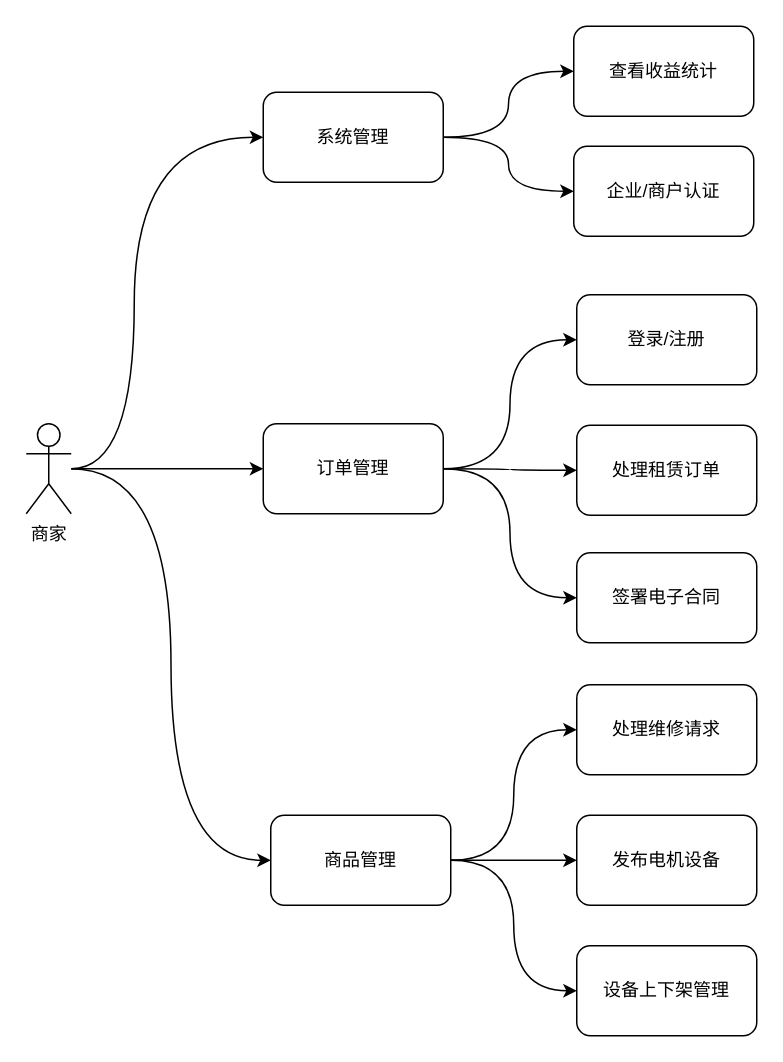
Before: page "商家用例图" (2 of 21) of image/绘图.drawio in fore4years/KorisPlatForm, a draw.io diagram. Source tidied: cells renumbered, new cells numbered last; positions are measured from the earlier drawing's top-left corner, leaving out a move shared by most shapes. Both pictures are drawn from the tidied source at 150%, with x=0, y=0 at pixel (26, 26).
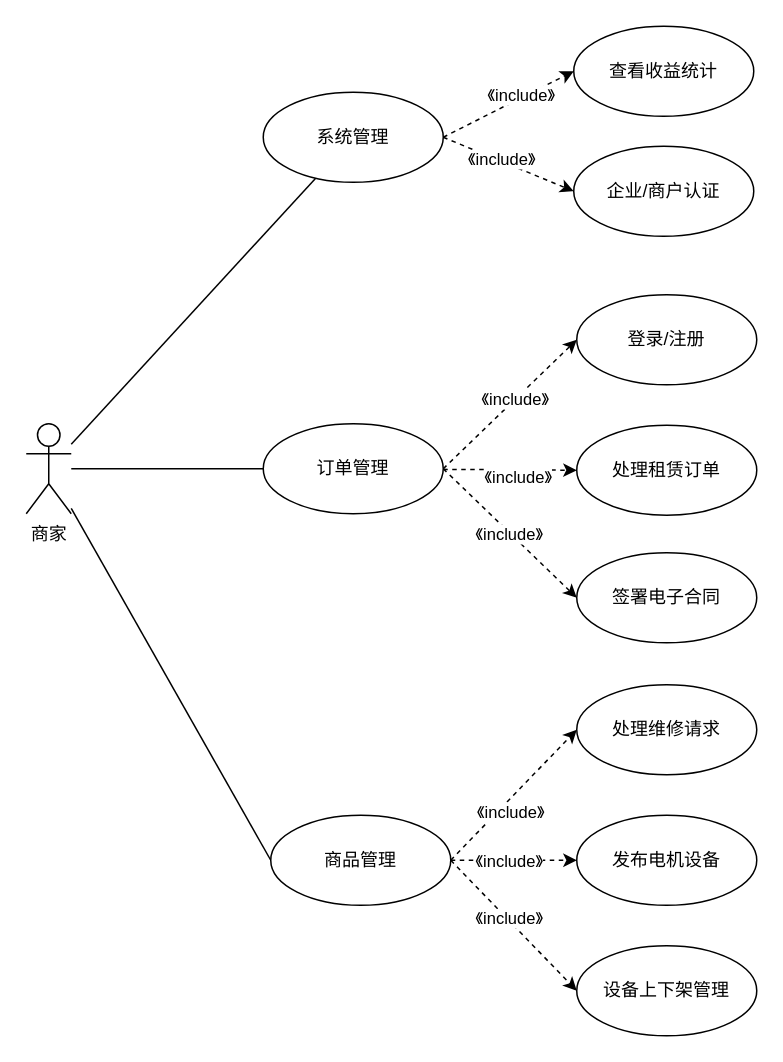
After the change.

The change refers to these unchanged cells:
```xml
<mxCell id="5" value="商家" style="shape=umlActor;verticalLabelPosition=bottom;verticalAlign=top;html=1;outlineConnect=0;rounded=1;" parent="1" vertex="1">
  <mxGeometry y="265" width="30" height="60" as="geometry" />
</mxCell>
```

Change to the diagram source:
```diff
@@
-    <mxCell id="2" style="edgeStyle=orthogonalEdgeStyle;rounded=1;jettySize=auto;html=1;curved=1;" parent="1" edge="1" source="5" target="8">
-      <mxGeometry relative="1" as="geometry">
-        <Array as="points">
-          <mxPoint x="72" y="295" />
-          <mxPoint x="72" y="74" />
-        </Array>
-      </mxGeometry>
+    <mxCell id="2" style="rounded=1;jettySize=auto;html=1;endArrow=none;endFill=0;" parent="1" edge="1" source="5" target="8">
+      <mxGeometry relative="1" as="geometry" />
     </mxCell>
-    <mxCell id="3" style="edgeStyle=orthogonalEdgeStyle;rounded=1;jettySize=auto;html=1;entryX=0;entryY=0.5;entryDx=0;entryDy=0;curved=1;" parent="1" edge="1" source="5" target="12">
+    <mxCell id="3" style="rounded=1;jettySize=auto;html=1;entryX=0;entryY=0.5;entryDx=0;entryDy=0;endArrow=none;endFill=0;" parent="1" edge="1" source="5" target="12">
       <mxGeometry relative="1" as="geometry" />
     </mxCell>
-    <mxCell id="4" style="edgeStyle=orthogonalEdgeStyle;rounded=1;jettySize=auto;html=1;entryX=0;entryY=0.5;entryDx=0;entryDy=0;curved=1;" parent="1" edge="1" source="5" target="19">
+    <mxCell id="4" style="rounded=1;jettySize=auto;html=1;entryX=0;entryY=0.5;entryDx=0;entryDy=0;endArrow=none;endFill=0;" parent="1" edge="1" source="5" target="19">
       <mxGeometry relative="1" as="geometry" />
     </mxCell>
@@
-    <mxCell id="6" style="edgeStyle=orthogonalEdgeStyle;rounded=1;jettySize=auto;html=1;entryX=0;entryY=0.5;entryDx=0;entryDy=0;curved=1;" parent="1" edge="1" source="8" target="22">
+    <mxCell id="6" style="rounded=1;jettySize=auto;html=1;entryX=0;entryY=0.5;entryDx=0;entryDy=0;dashed=1;exitX=1;exitY=0.5;exitDx=0;exitDy=0;" parent="1" edge="1" source="8" target="22">
       <mxGeometry relative="1" as="geometry" />
     </mxCell>
+    <mxCell id="25" value="《include》" style="edgeLabel;html=1;align=center;verticalAlign=middle;" parent="6" vertex="1">
+      <mxGeometry x="0.22" y="2" relative="1" as="geometry" />
+    </mxCell>
-    <mxCell id="7" style="edgeStyle=orthogonalEdgeStyle;rounded=1;jettySize=auto;html=1;entryX=0;entryY=0.5;entryDx=0;entryDy=0;curved=1;" parent="1" edge="1" source="8" target="13">
+    <mxCell id="7" style="rounded=1;jettySize=auto;html=1;entryX=0;entryY=0.5;entryDx=0;entryDy=0;dashed=1;exitX=1;exitY=0.5;exitDx=0;exitDy=0;" parent="1" edge="1" source="8" target="13">
       <mxGeometry relative="1" as="geometry" />
     </mxCell>
+    <mxCell id="26" value="《include》" style="edgeLabel;html=1;align=center;verticalAlign=middle;" parent="7" vertex="1">
+      <mxGeometry x="-0.13" y="1" relative="1" as="geometry" />
+    </mxCell>
-    <mxCell id="8" value="系统管理" style="rounded=1;whiteSpace=wrap;html=1;" parent="1" vertex="1">
+    <mxCell id="8" value="系统管理" style="ellipse;whiteSpace=wrap;html=1;" parent="1" vertex="1">
       <mxGeometry x="158" y="44" width="120" height="60" as="geometry" />
     </mxCell>
-    <mxCell id="9" style="edgeStyle=orthogonalEdgeStyle;rounded=1;jettySize=auto;html=1;entryX=0;entryY=0.5;entryDx=0;entryDy=0;curved=1;" parent="1" edge="1" source="12" target="23">
+    <mxCell id="9" style="rounded=1;jettySize=auto;html=1;entryX=0;entryY=0.5;entryDx=0;entryDy=0;dashed=1;exitX=1;exitY=0.5;exitDx=0;exitDy=0;" parent="1" edge="1" source="12" target="23">
       <mxGeometry relative="1" as="geometry" />
     </mxCell>
+    <mxCell id="27" value="《include》" style="edgeLabel;html=1;align=center;verticalAlign=middle;" parent="9" vertex="1">
+      <mxGeometry x="-0.18" y="-6" relative="1" as="geometry">
+        <mxPoint y="-1" as="offset" />
+      </mxGeometry>
+    </mxCell>
-    <mxCell id="10" style="edgeStyle=orthogonalEdgeStyle;rounded=1;jettySize=auto;html=1;entryX=0;entryY=0.5;entryDx=0;entryDy=0;curved=1;" parent="1" edge="1" source="12" target="14">
+    <mxCell id="10" style="rounded=1;jettySize=auto;html=1;entryX=0;entryY=0.5;entryDx=0;entryDy=0;dashed=1;" parent="1" edge="1" source="12" target="14">
       <mxGeometry relative="1" as="geometry" />
     </mxCell>
+    <mxCell id="28" value="《include》" style="edgeLabel;html=1;align=center;verticalAlign=middle;" parent="10" vertex="1">
+      <mxGeometry x="-0.1" relative="1" as="geometry" />
+    </mxCell>
-    <mxCell id="11" style="edgeStyle=orthogonalEdgeStyle;rounded=1;jettySize=auto;html=1;entryX=0;entryY=0.5;entryDx=0;entryDy=0;curved=1;" parent="1" edge="1" source="12" target="15">
+    <mxCell id="11" style="rounded=1;jettySize=auto;html=1;entryX=0;entryY=0.5;entryDx=0;entryDy=0;dashed=1;exitX=1;exitY=0.5;exitDx=0;exitDy=0;" parent="1" edge="1" source="12" target="15">
       <mxGeometry relative="1" as="geometry" />
     </mxCell>
+    <mxCell id="29" value="《include》" style="edgeLabel;html=1;align=center;verticalAlign=middle;" parent="11" vertex="1">
+      <mxGeometry x="-0.1" y="1" relative="1" as="geometry" />
+    </mxCell>
-    <mxCell id="12" value="商品管理" style="rounded=1;whiteSpace=wrap;html=1;" parent="1" vertex="1">
+    <mxCell id="12" value="商品管理" style="ellipse;whiteSpace=wrap;html=1;" parent="1" vertex="1">
       <mxGeometry x="163" y="526" width="120" height="60" as="geometry" />
     </mxCell>
-    <mxCell id="13" value="企业/商户认证" style="rounded=1;whiteSpace=wrap;html=1;" parent="1" vertex="1">
+    <mxCell id="13" value="企业/商户认证" style="ellipse;whiteSpace=wrap;html=1;" parent="1" vertex="1">
       <mxGeometry x="365" y="80" width="120" height="60" as="geometry" />
     </mxCell>
-    <mxCell id="14" value="发布电机设备" style="rounded=1;whiteSpace=wrap;html=1;" parent="1" vertex="1">
+    <mxCell id="14" value="发布电机设备" style="ellipse;whiteSpace=wrap;html=1;" parent="1" vertex="1">
       <mxGeometry x="367" y="526" width="120" height="60" as="geometry" />
     </mxCell>
-    <mxCell id="15" value="设备上下架管理" style="rounded=1;whiteSpace=wrap;html=1;" parent="1" vertex="1">
+    <mxCell id="15" value="设备上下架管理" style="ellipse;whiteSpace=wrap;html=1;" parent="1" vertex="1">
       <mxGeometry x="367" y="613" width="120" height="60" as="geometry" />
     </mxCell>
-    <mxCell id="16" style="edgeStyle=orthogonalEdgeStyle;rounded=1;jettySize=auto;html=1;entryX=0;entryY=0.5;entryDx=0;entryDy=0;curved=1;" parent="1" edge="1" source="19" target="24">
+    <mxCell id="16" style="rounded=1;jettySize=auto;html=1;entryX=0;entryY=0.5;entryDx=0;entryDy=0;dashed=1;exitX=1;exitY=0.5;exitDx=0;exitDy=0;" parent="1" edge="1" source="19" target="24">
       <mxGeometry relative="1" as="geometry" />
     </mxCell>
+    <mxCell id="30" value="《include》" style="edgeLabel;html=1;align=center;verticalAlign=middle;" parent="16" vertex="1">
+      <mxGeometry x="0.07" y="1" relative="1" as="geometry">
+        <mxPoint x="1" as="offset" />
+      </mxGeometry>
+    </mxCell>
-    <mxCell id="17" style="edgeStyle=orthogonalEdgeStyle;rounded=1;jettySize=auto;html=1;entryX=0;entryY=0.5;entryDx=0;entryDy=0;curved=1;" parent="1" edge="1" source="19" target="20">
+    <mxCell id="17" style="rounded=1;jettySize=auto;html=1;entryX=0;entryY=0.5;entryDx=0;entryDy=0;dashed=1;" parent="1" edge="1" source="19" target="20">
       <mxGeometry relative="1" as="geometry" />
     </mxCell>
+    <mxCell id="31" value="《include》" style="edgeLabel;html=1;align=center;verticalAlign=middle;" parent="17" vertex="1">
+      <mxGeometry x="0.13" y="-5" relative="1" as="geometry" />
+    </mxCell>
-    <mxCell id="18" style="edgeStyle=orthogonalEdgeStyle;rounded=1;jettySize=auto;html=1;entryX=0;entryY=0.5;entryDx=0;entryDy=0;curved=1;" parent="1" edge="1" source="19" target="21">
+    <mxCell id="18" style="rounded=1;jettySize=auto;html=1;entryX=0;entryY=0.5;entryDx=0;entryDy=0;dashed=1;exitX=1;exitY=0.5;exitDx=0;exitDy=0;" parent="1" edge="1" source="19" target="21">
       <mxGeometry relative="1" as="geometry" />
     </mxCell>
+    <mxCell id="32" value="《include》" style="edgeLabel;html=1;align=center;verticalAlign=middle;" parent="18" vertex="1">
+      <mxGeometry x="-0.01" y="-1" relative="1" as="geometry" />
+    </mxCell>
-    <mxCell id="19" value="订单管理" style="rounded=1;whiteSpace=wrap;html=1;" parent="1" vertex="1">
+    <mxCell id="19" value="订单管理" style="ellipse;whiteSpace=wrap;html=1;" parent="1" vertex="1">
       <mxGeometry x="158" y="265" width="120" height="60" as="geometry" />
     </mxCell>
-    <mxCell id="20" value="处理租赁订单" style="rounded=1;whiteSpace=wrap;html=1;" parent="1" vertex="1">
+    <mxCell id="20" value="处理租赁订单" style="ellipse;whiteSpace=wrap;html=1;" parent="1" vertex="1">
       <mxGeometry x="367" y="266" width="120" height="60" as="geometry" />
     </mxCell>
-    <mxCell id="21" value="签署电子合同" style="rounded=1;whiteSpace=wrap;html=1;" parent="1" vertex="1">
+    <mxCell id="21" value="签署电子合同" style="ellipse;whiteSpace=wrap;html=1;" parent="1" vertex="1">
       <mxGeometry x="367" y="351" width="120" height="60" as="geometry" />
     </mxCell>
-    <mxCell id="22" value="查看收益统计" style="rounded=1;whiteSpace=wrap;html=1;" parent="1" vertex="1">
+    <mxCell id="22" value="查看收益统计" style="ellipse;whiteSpace=wrap;html=1;" parent="1" vertex="1">
       <mxGeometry x="365" width="120" height="60" as="geometry" />
     </mxCell>
-    <mxCell id="23" value="处理维修请求" style="rounded=1;whiteSpace=wrap;html=1;" parent="1" vertex="1">
+    <mxCell id="23" value="处理维修请求" style="ellipse;whiteSpace=wrap;html=1;" parent="1" vertex="1">
       <mxGeometry x="367" y="439" width="120" height="60" as="geometry" />
     </mxCell>
-    <mxCell id="24" value="登录/注册" style="rounded=1;whiteSpace=wrap;html=1;" parent="1" vertex="1">
+    <mxCell id="24" value="登录/注册" style="ellipse;whiteSpace=wrap;html=1;" parent="1" vertex="1">
       <mxGeometry x="367" y="179" width="120" height="60" as="geometry" />
     </mxCell>
```
